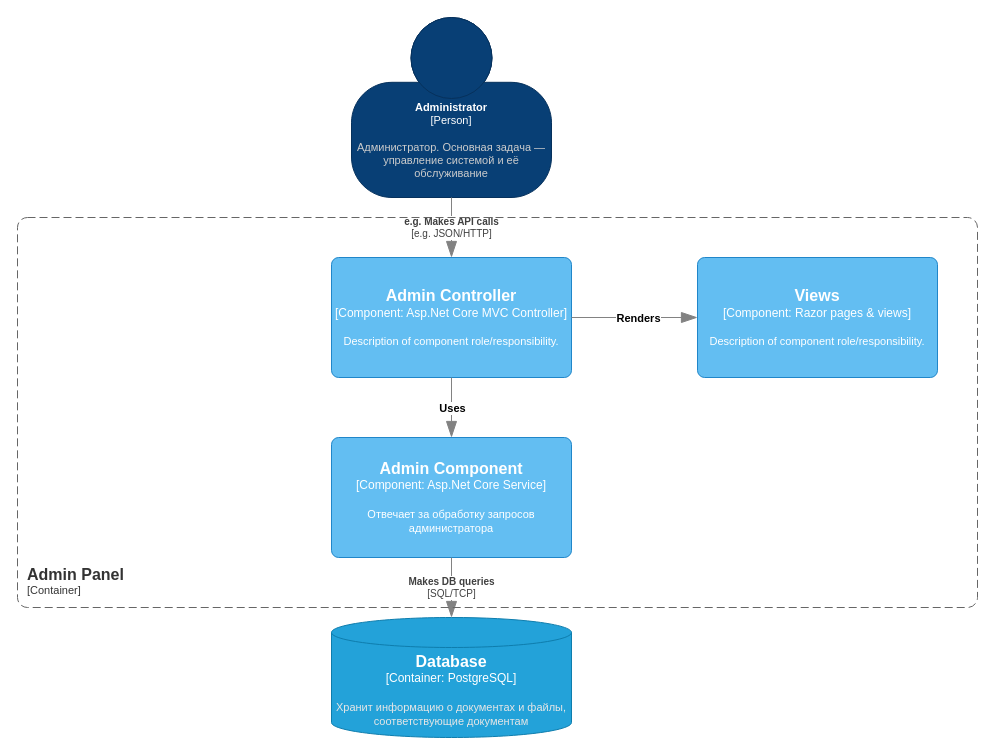
The draw.io diagram page "C4 Component | Admin Panel" (8 of 10) of Applicant's personal account.drawio in mikhail-belii/apa-system-backend, before the edit. Source tidied: cells renumbered, new cells numbered last; positions are measured from the earlier drawing's top-left corner, leaving out a move shared by most shapes. Both pictures are drawn from the tidied source at 100%, with x=0, y=0 at pixel (17, 17).
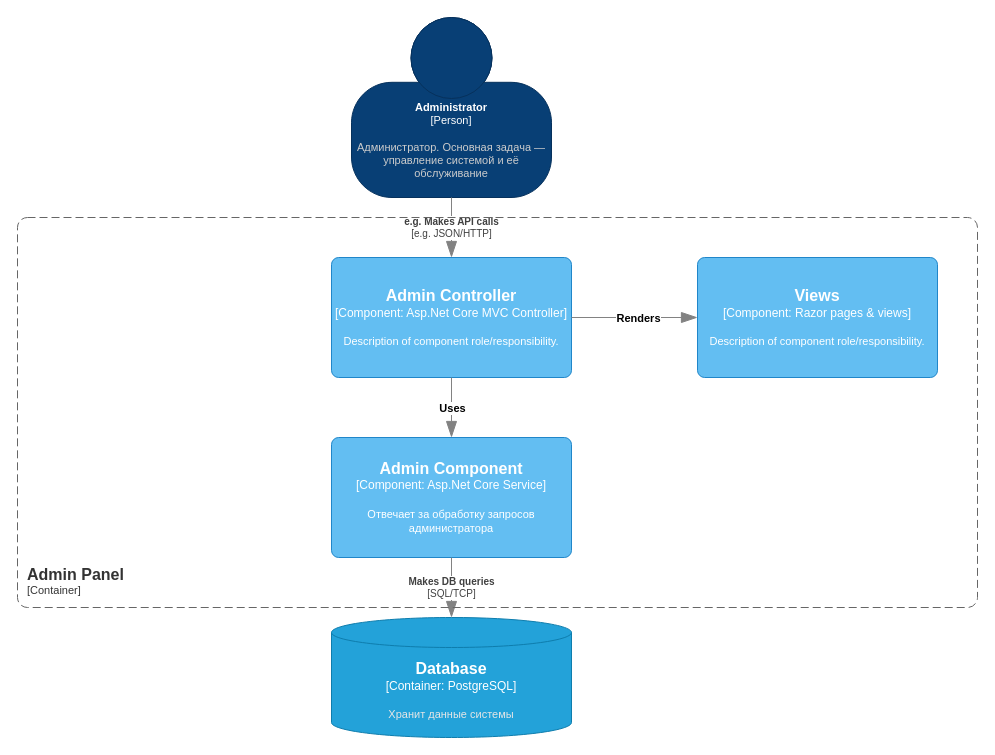
After the change.

Change to the diagram source:
```diff
@@
-    <object id="11" label="&lt;font style=&quot;font-size: 16px&quot;&gt;&lt;b&gt;%c4Name%&lt;/b&gt;&lt;/font&gt;&lt;div&gt;[%c4Type%:&amp;nbsp;%c4Technology%]&lt;/div&gt;&lt;br&gt;&lt;div&gt;&lt;font style=&quot;font-size: 11px&quot;&gt;&lt;font color=&quot;#E6E6E6&quot;&gt;%c4Description%&lt;/font&gt;&lt;/div&gt;" c4Description="Хранит информацию о документах и файлы, соответствующие документам" c4Name="Database" c4Technology="PostgreSQL" c4Type="Container" placeholders="1">
+    <object id="11" label="&lt;font style=&quot;font-size: 16px&quot;&gt;&lt;b&gt;%c4Name%&lt;/b&gt;&lt;/font&gt;&lt;div&gt;[%c4Type%:&amp;nbsp;%c4Technology%]&lt;/div&gt;&lt;br&gt;&lt;div&gt;&lt;font style=&quot;font-size: 11px&quot;&gt;&lt;font color=&quot;#E6E6E6&quot;&gt;%c4Description%&lt;/font&gt;&lt;/div&gt;" c4Description="Хранит данные системы" c4Name="Database" c4Technology="PostgreSQL" c4Type="Container" placeholders="1">
       <mxCell style="shape=cylinder3;size=15;whiteSpace=wrap;html=1;boundedLbl=1;rounded=0;labelBackgroundColor=none;fillColor=#23A2D9;fontSize=12;fontColor=#ffffff;align=center;strokeColor=#0E7DAD;points=[[0.5,0,0],[1,0.25,0],[1,0.5,0],[1,0.75,0],[0.5,1,0],[0,0.75,0],[0,0.5,0],[0,0.25,0]];" parent="1" vertex="1">
         <mxGeometry x="314" y="600" width="240" height="120" as="geometry" />
       </mxCell>
     </object>
```
